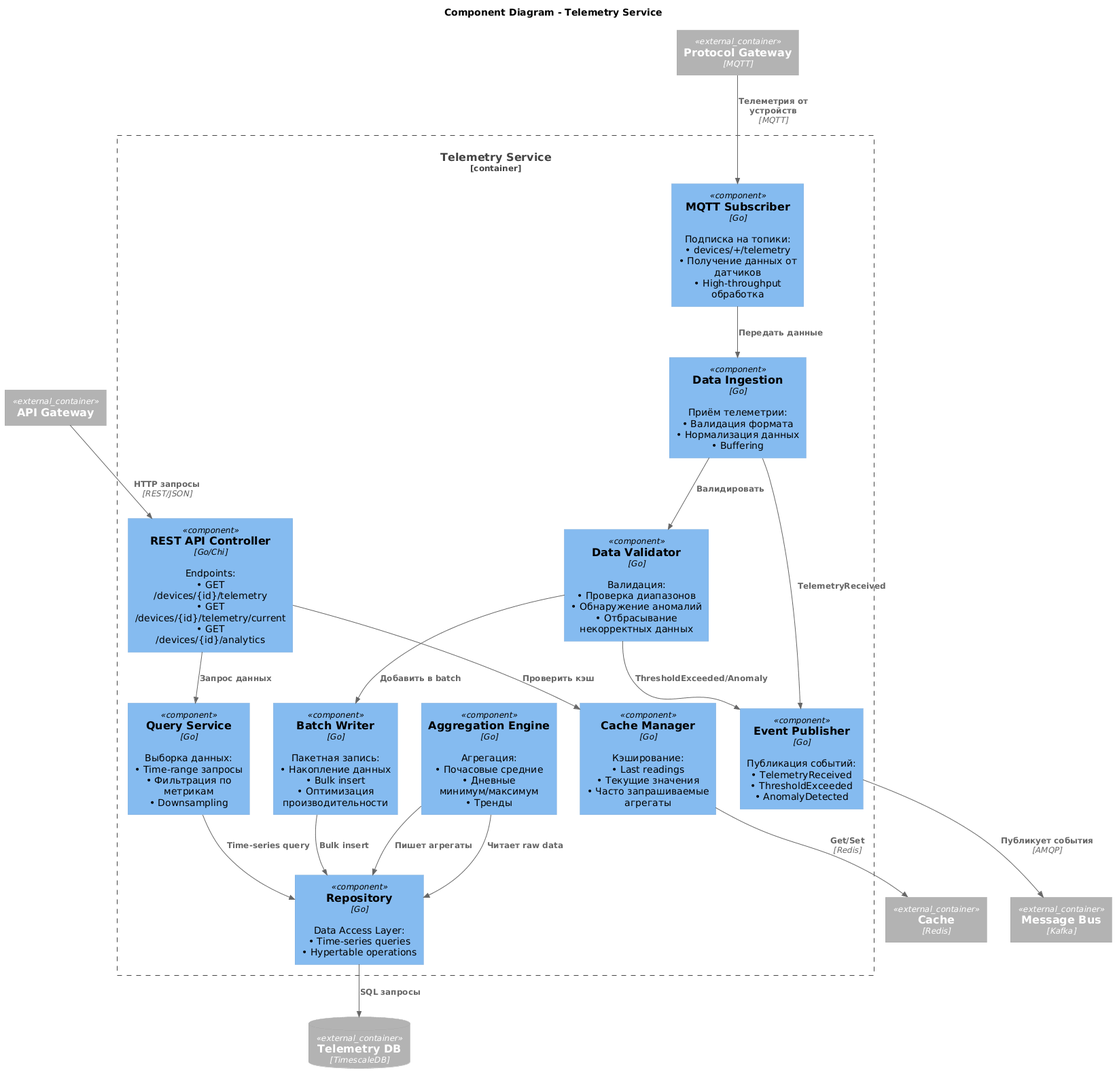
Before: schemas/to_be/img/telemetry-service-components.png, a diagram exported from PlantUML (Vrg26/pro-warmhouse).
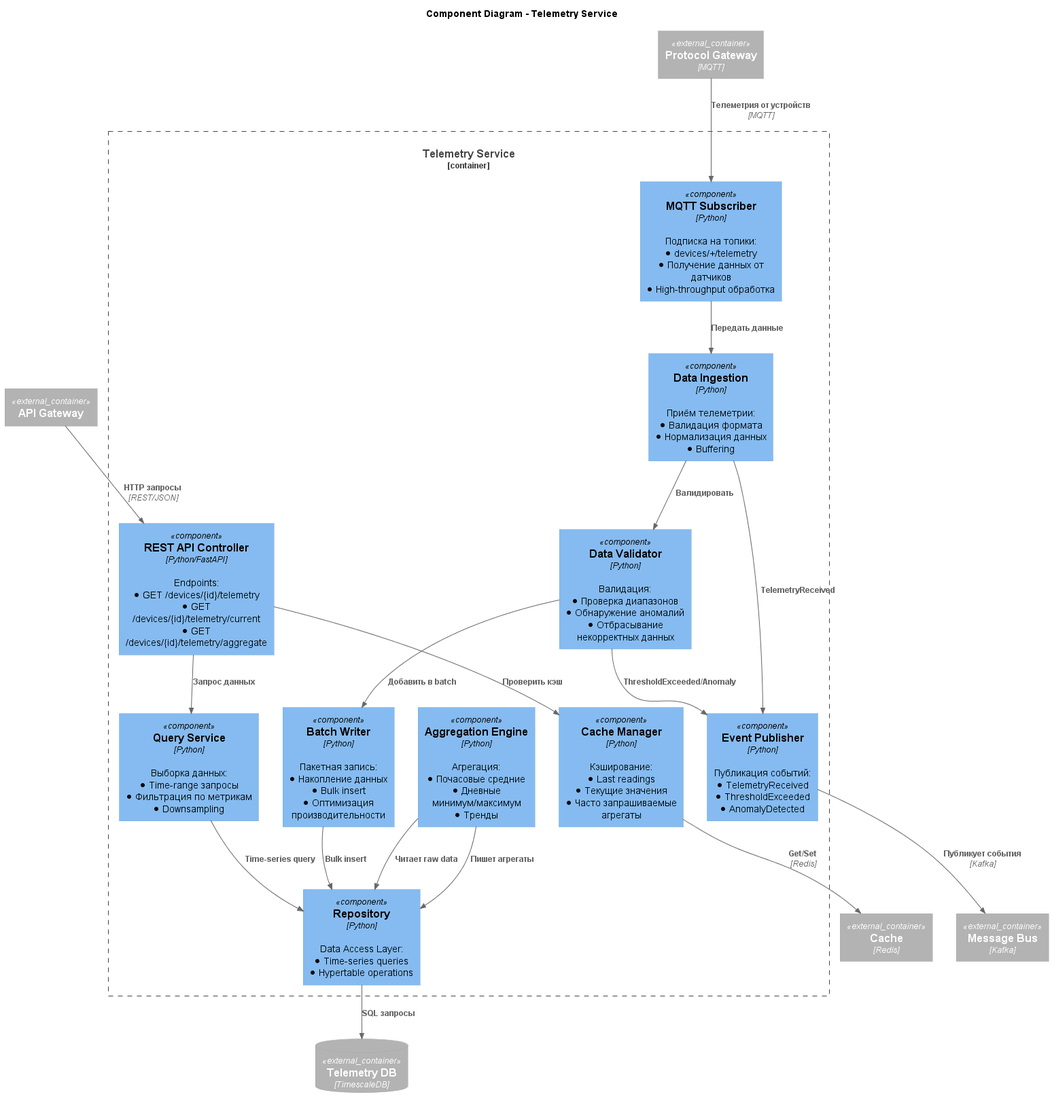
The same diagram one commit later.

What changed in the source:
```diff
@@ -1,5 +1,6 @@
 @startuml
-!includeurl https://raw.githubusercontent.com/plantuml-stdlib/C4-PlantUML/master/C4_Component.puml
+!includeurl ../C4-lib/c4_Component.puml
+
 
 title Component Diagram - Telemetry Service
 
@@ -11,25 +12,25 @@
 
 Container_Boundary(telemetry, "Telemetry Service") {
 
-    Component(restApi, "REST API Controller", "Go/Chi", "Endpoints:\n• GET /devices/{id}/telemetry\n• GET /devices/{id}/telemetry/current\n• GET /devices/{id}/analytics")
+    Component(restApi, "REST API Controller", "Python/FastAPI", "Endpoints:\n• GET /devices/{id}/telemetry\n• GET /devices/{id}/telemetry/current\n• GET /devices/{id}/telemetry/aggregate")
 
-    Component(mqttSubscriber, "MQTT Subscriber", "Go", "Подписка на топики:\n• devices/+/telemetry\n• Получение данных от датчиков\n• High-throughput обработка")
+    Component(mqttSubscriber, "MQTT Subscriber", "Python", "Подписка на топики:\n• devices/+/telemetry\n• Получение данных от датчиков\n• High-throughput обработка")
 
-    Component(dataIngestion, "Data Ingestion", "Go", "Приём телеметрии:\n• Валидация формата\n• Нормализация данных\n• Buffering")
+    Component(dataIngestion, "Data Ingestion", "Python", "Приём телеметрии:\n• Валидация формата\n• Нормализация данных\n• Buffering")
 
-    Component(dataValidator, "Data Validator", "Go", "Валидация:\n• Проверка диапазонов\n• Обнаружение аномалий\n• Отбрасывание некорректных данных")
+    Component(dataValidator, "Data Validator", "Python", "Валидация:\n• Проверка диапазонов\n• Обнаружение аномалий\n• Отбрасывание некорректных данных")
 
-    Component(batchWriter, "Batch Writer", "Go", "Пакетная запись:\n• Накопление данных\n• Bulk insert\n• Оптимизация производительности")
+    Component(batchWriter, "Batch Writer", "Python", "Пакетная запись:\n• Накопление данных\n• Bulk insert\n• Оптимизация производительности")
 
-    Component(aggregationEngine, "Aggregation Engine", "Go", "Агрегация:\n• Почасовые средние\n• Дневные минимум/максимум\n• Тренды")
+    Component(aggregationEngine, "Aggregation Engine", "Python", "Агрегация:\n• Почасовые средние\n• Дневные минимум/максимум\n• Тренды")
 
-    Component(queryService, "Query Service", "Go", "Выборка данных:\n• Time-range запросы\n• Фильтрация по метрикам\n• Downsampling")
+    Component(queryService, "Query Service", "Python", "Выборка данных:\n• Time-range запросы\n• Фильтрация по метрикам\n• Downsampling")
 
-    Component(eventPublisher, "Event Publisher", "Go", "Публикация событий:\n• TelemetryReceived\n• ThresholdExceeded\n• AnomalyDetected")
+    Component(eventPublisher, "Event Publisher", "Python", "Публикация событий:\n• TelemetryReceived\n• ThresholdExceeded\n• AnomalyDetected")
 
-    Component(cacheManager, "Cache Manager", "Go", "Кэширование:\n• Last readings\n• Текущие значения\n• Часто запрашиваемые агрегаты")
+    Component(cacheManager, "Cache Manager", "Python", "Кэширование:\n• Last readings\n• Текущие значения\n• Часто запрашиваемые агрегаты")
 
-    Component(repository, "Repository", "Go", "Data Access Layer:\n• Time-series queries\n• Hypertable operations")
+    Component(repository, "Repository", "Python", "Data Access Layer:\n• Time-series queries\n• Hypertable operations")
 }
 
 Rel(protocolGateway, mqttSubscriber, "Телеметрия от устройств", "MQTT")
@@ -52,5 +53,6 @@
 
 Rel(repository, telemetryDb, "SQL запросы")
 
-Rel(eventPublisher, messageBus, "Публикует события", "AMQP")
+Rel(eventPublisher, messageBus, "Публикует события", "Kafka")
+
 @enduml
```
